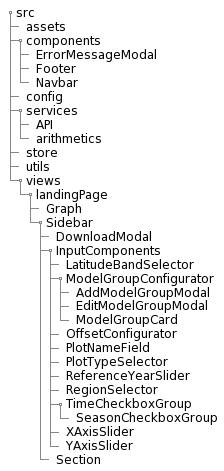
Earlier version of the PlantUML export DesignPhase/UML/folder-structure/folder-structure.png (EOSC-synergy/o3webapp).
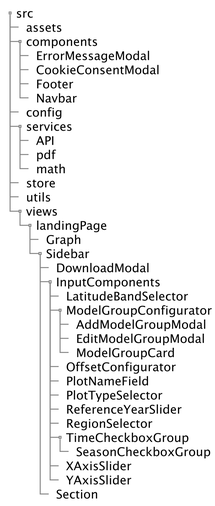
After the commit.

Commit message:
update folder structure diag

What changed in the source:
```diff
@@ -1,16 +1,20 @@
 @startsalt
+skinparam dpi 300
+
 {
 {T
  + src
  ++ assets
  ++ components
  +++ ErrorMessageModal
+ +++ CookieConsentModal
  +++ Footer
  +++ Navbar
  ++ config
  ++ services
  +++ API
- +++ arithmetics
+ +++ pdf
+ +++ math
  ++ store
  ++ utils
  ++ views
```
